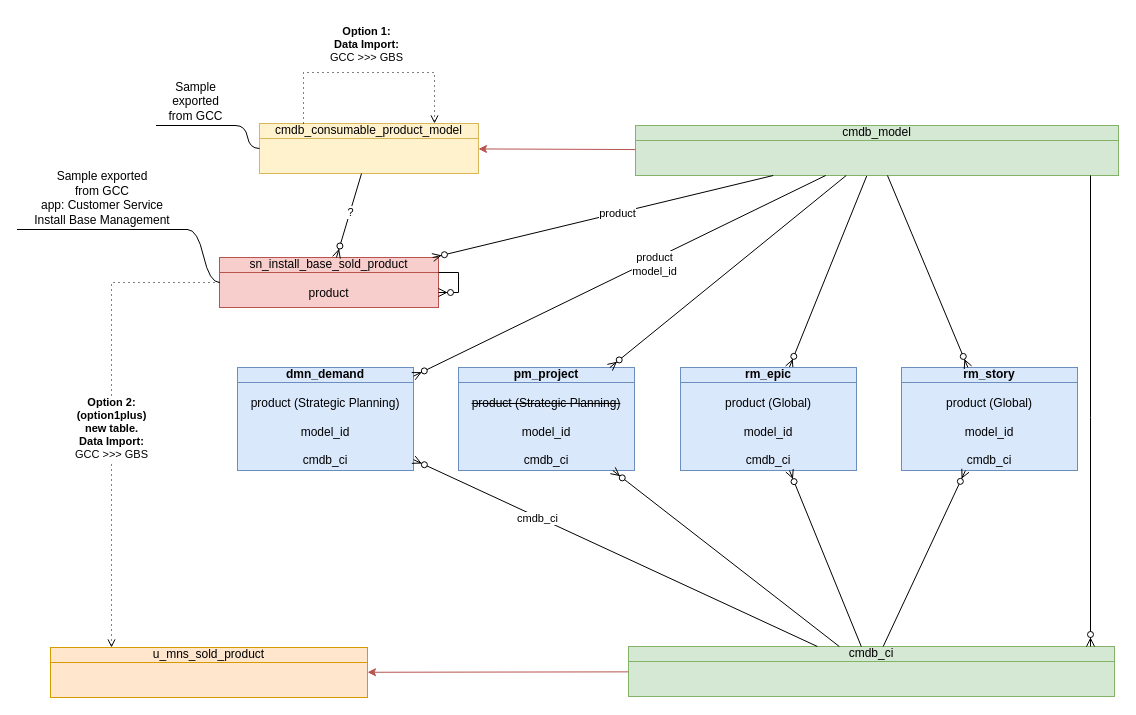
Above: JTI_product.drawio in algimas/tmp (draw.io), before the change. Source tidied: cells renumbered, new cells numbered last; positions are measured from the earlier drawing's top-left corner, leaving out a move shared by most shapes. Both pictures are drawn from the tidied source at 100%, with x=0, y=0 at pixel (17, 72).
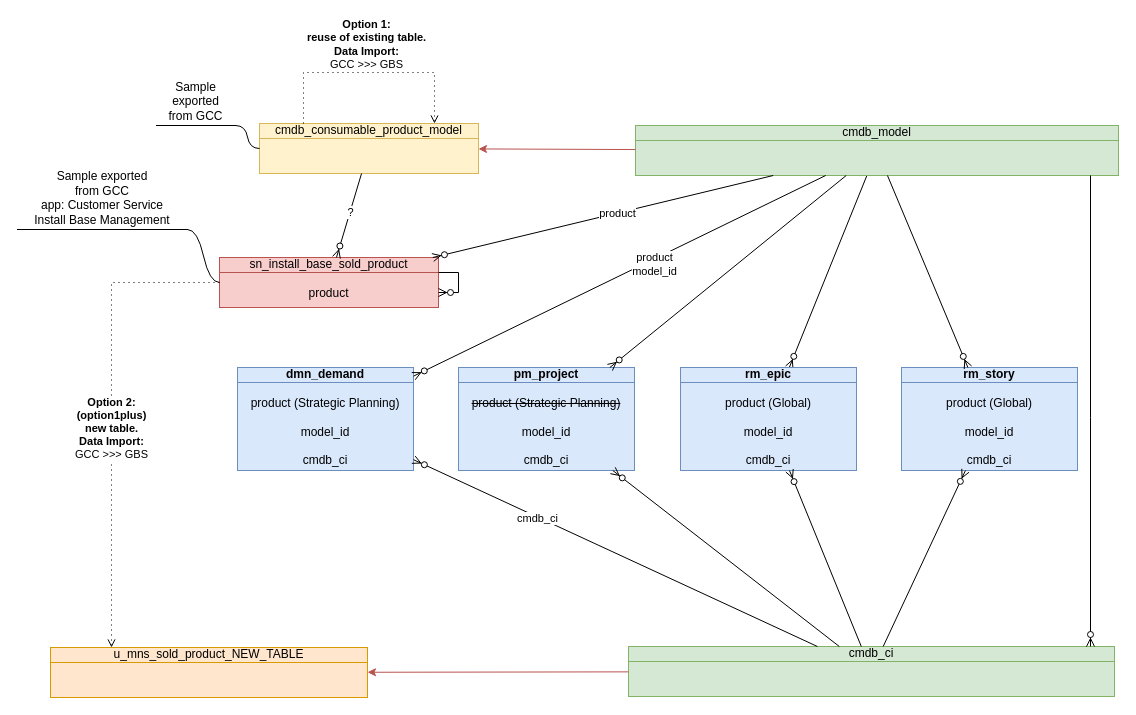
The same page after the edit.

The change refers to these unchanged cells:
```xml
<mxCell id="35" style="html=1;endArrow=open;endFill=0;dashed=1;dashPattern=1 4;rounded=0;edgeStyle=elbowEdgeStyle;elbow=vertical;" parent="1" edge="1" source="2" target="2">
  <mxGeometry relative="1" as="geometry">
    <Array as="points">
      <mxPoint x="286" />
    </Array>
  </mxGeometry>
</mxCell>
```

The edit, as a diff of the source:
```diff
@@
-    <mxCell id="31" value="u_mns_sold_product" style="html=1;outlineConnect=0;whiteSpace=wrap;fillColor=#ffe6cc;shape=mxgraph.archimate3.businessObject;overflow=fill;strokeColor=#d79b00;" parent="1" vertex="1">
+    <mxCell id="31" value="u_mns_sold_product_NEW_TABLE" style="html=1;outlineConnect=0;whiteSpace=wrap;fillColor=#ffe6cc;shape=mxgraph.archimate3.businessObject;overflow=fill;strokeColor=#d79b00;" parent="1" vertex="1">
       <mxGeometry x="33" y="575" width="317" height="50" as="geometry" />
     </mxCell>
@@
-    <mxCell id="36" value="&lt;div&gt;&lt;b&gt;Option 1:&lt;/b&gt;&lt;/div&gt;&lt;div&gt;&lt;b&gt;Data Import:&lt;/b&gt;&lt;/div&gt;GCC &amp;gt;&amp;gt;&amp;gt; GBS" style="edgeLabel;html=1;align=center;verticalAlign=middle;" parent="35" vertex="1">
+    <mxCell id="36" value="&lt;div&gt;&lt;b&gt;Option 1:&lt;/b&gt;&lt;/div&gt;&lt;div&gt;&lt;b&gt;reuse of existing table.&lt;/b&gt;&lt;/div&gt;&lt;div&gt;&lt;b&gt;Data Import:&lt;/b&gt;&lt;/div&gt;GCC &amp;gt;&amp;gt;&amp;gt; GBS" style="edgeLabel;html=1;align=center;verticalAlign=middle;" parent="35" vertex="1">
       <mxGeometry x="0.07" y="-1" relative="1" as="geometry">
         <mxPoint x="-12" y="-30" as="offset" />
       </mxGeometry>
     </mxCell>
```
